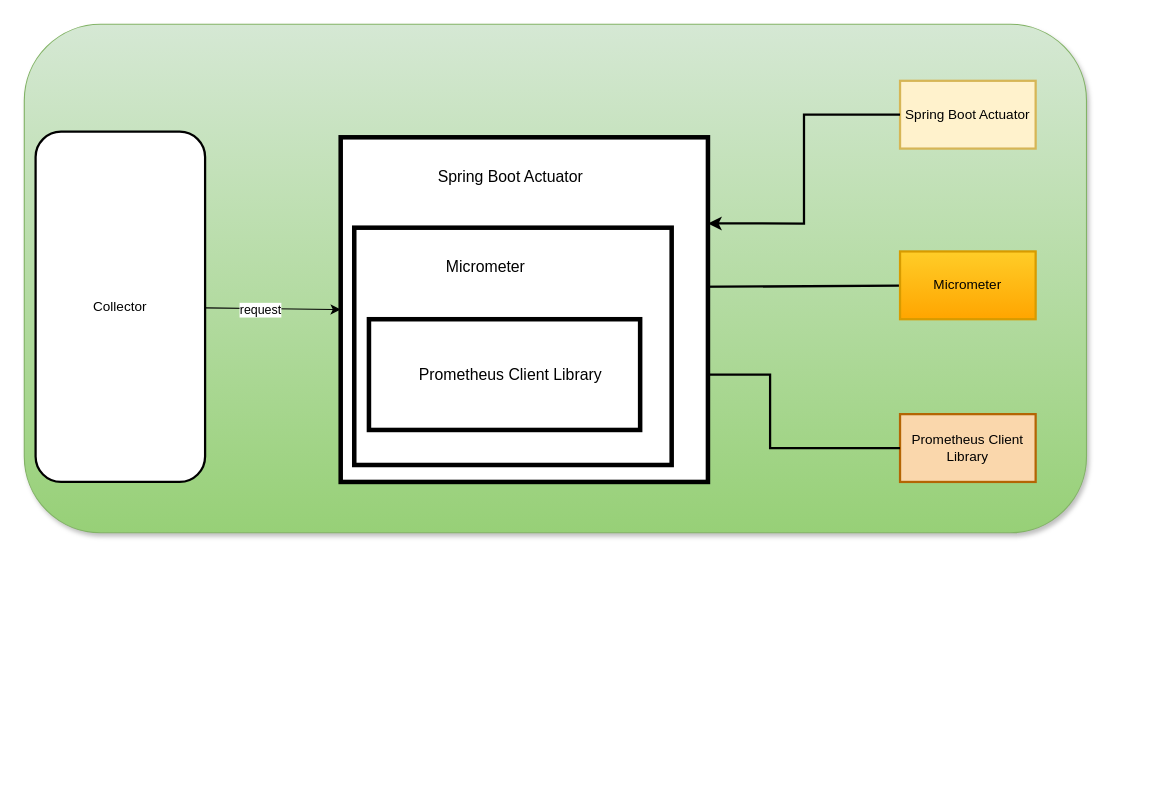
WithoutCause/draw.io keeps this draw.io diagram as actuator-micrometer-prometheusclient.drawio. Above is the earlier version. Source tidied: cells renumbered, new cells numbered last; positions are measured from the earlier drawing's top-left corner, leaving out a move shared by most shapes. Both pictures are drawn from the tidied source at 113%, with x=0, y=0 at pixel (24, 24).
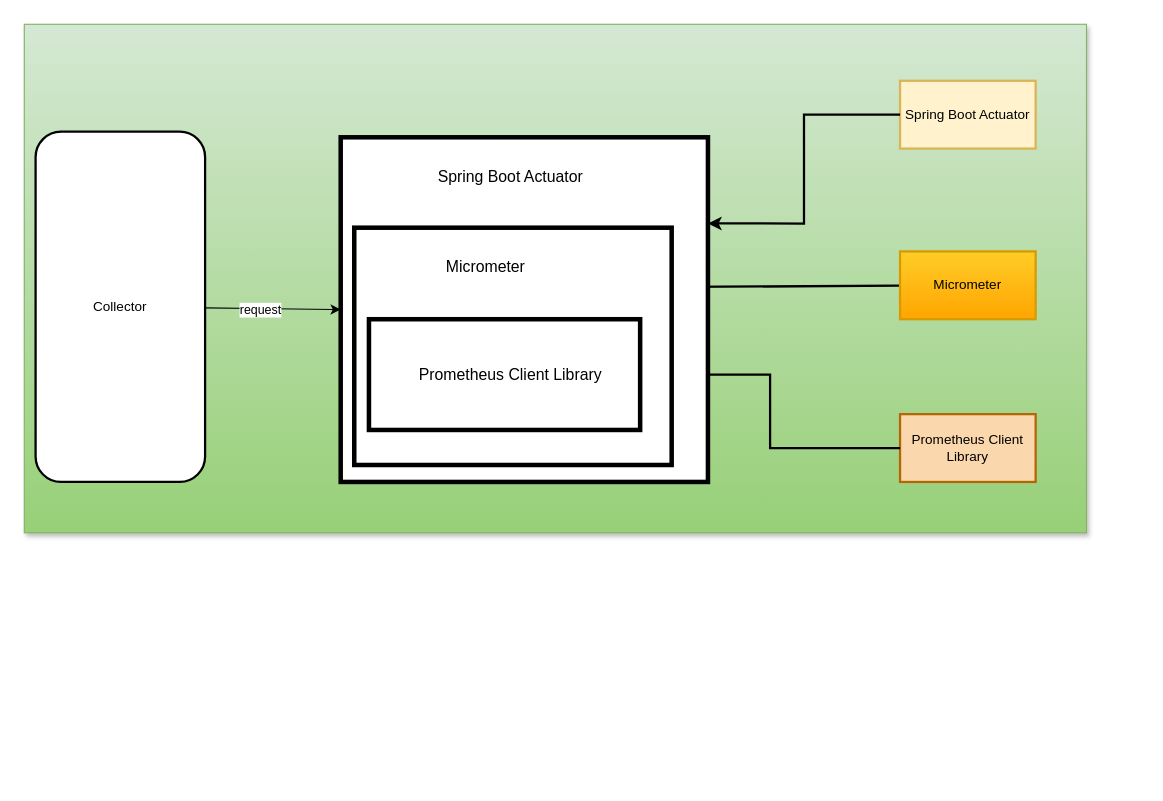
The same diagram, later.

What changed in the source:
```diff
@@
-    <mxCell id="2" style="rounded=1;whiteSpace=wrap;html=1;fillColor=#d5e8d4;gradientColor=#97d077;strokeColor=#82b366;glass=0;shadow=1;perimeter=rhombusPerimeter;imageWidth=24;fillOpacity=100;noLabel=0;" parent="1" vertex="1">
+    <mxCell id="2" style="rounded=0;whiteSpace=wrap;html=1;fillColor=#d5e8d4;gradientColor=#97d077;strokeColor=#82b366;glass=0;shadow=1;perimeter=rhombusPerimeter;imageWidth=24;fillOpacity=100;noLabel=0;" parent="1" vertex="1">
       <mxGeometry width="940" height="450" as="geometry" />
     </mxCell>
```
